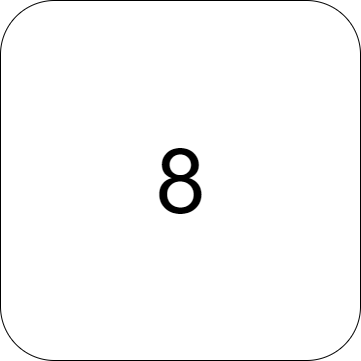
The draw.io diagram Rush Hour Main/assets/MapButtons/8(A).png in zintom69/Game-Rush-Hour, before a commit. Source tidied: cells renumbered, new cells last; positions are measured from the earlier drawing's top-left corner, leaving out a move shared by most shapes. Its diagram source:
```xml
<mxGraphModel>
  <root>
    <mxCell id="0" />
    <mxCell id="1" parent="0" />
    <mxCell id="2" value="&lt;span style=&quot;font-size: 90px;&quot;&gt;8&lt;/span&gt;" style="rounded=1;whiteSpace=wrap;html=1;" parent="1" vertex="1">
      <mxGeometry width="360" height="360" as="geometry" />
    </mxCell>
  </root>
</mxGraphModel>
```
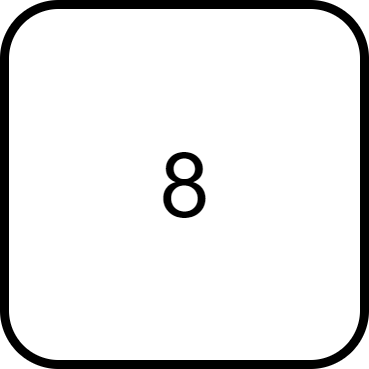
Above is the later version.

The edit, as a diff of the source:
```diff
@@ -2,7 +2,7 @@
   <root>
     <mxCell id="0" />
     <mxCell id="1" parent="0" />
-    <mxCell id="2" value="&lt;span style=&quot;font-size: 90px;&quot;&gt;8&lt;/span&gt;" style="rounded=1;whiteSpace=wrap;html=1;" parent="1" vertex="1">
+    <mxCell id="2" value="&lt;span style=&quot;font-size: 90px;&quot;&gt;8&lt;/span&gt;" style="rounded=1;whiteSpace=wrap;html=1;strokeWidth=9;" parent="1" vertex="1">
       <mxGeometry width="360" height="360" as="geometry" />
     </mxCell>
   </root>
```
